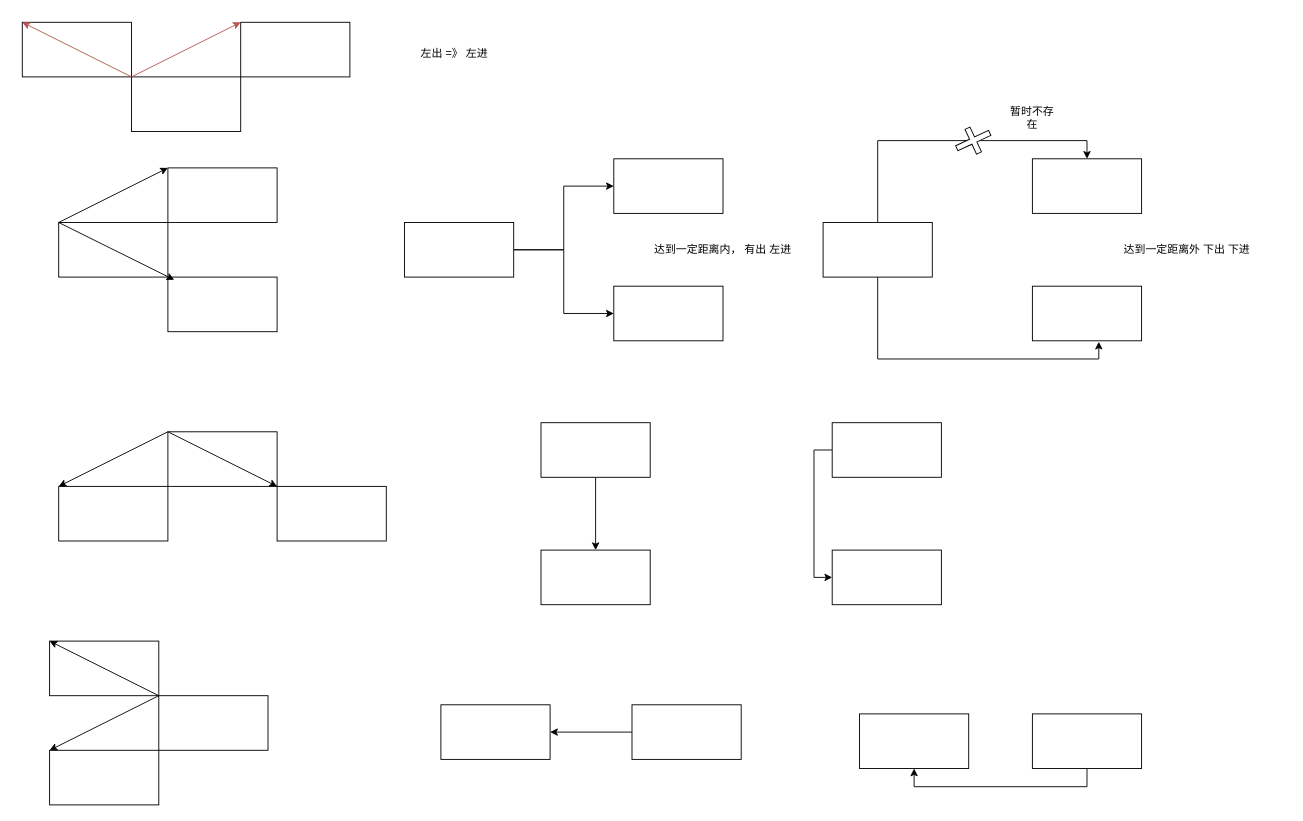
Before: 锚点角度计算.drawio in InternationSi/drawIO, a draw.io diagram. Source tidied: cells renumbered, new cells numbered last; positions are measured from the earlier drawing's top-left corner, leaving out a move shared by most shapes. Both pictures are drawn from the tidied source at 91%, with x=0, y=0 at pixel (22, 22).
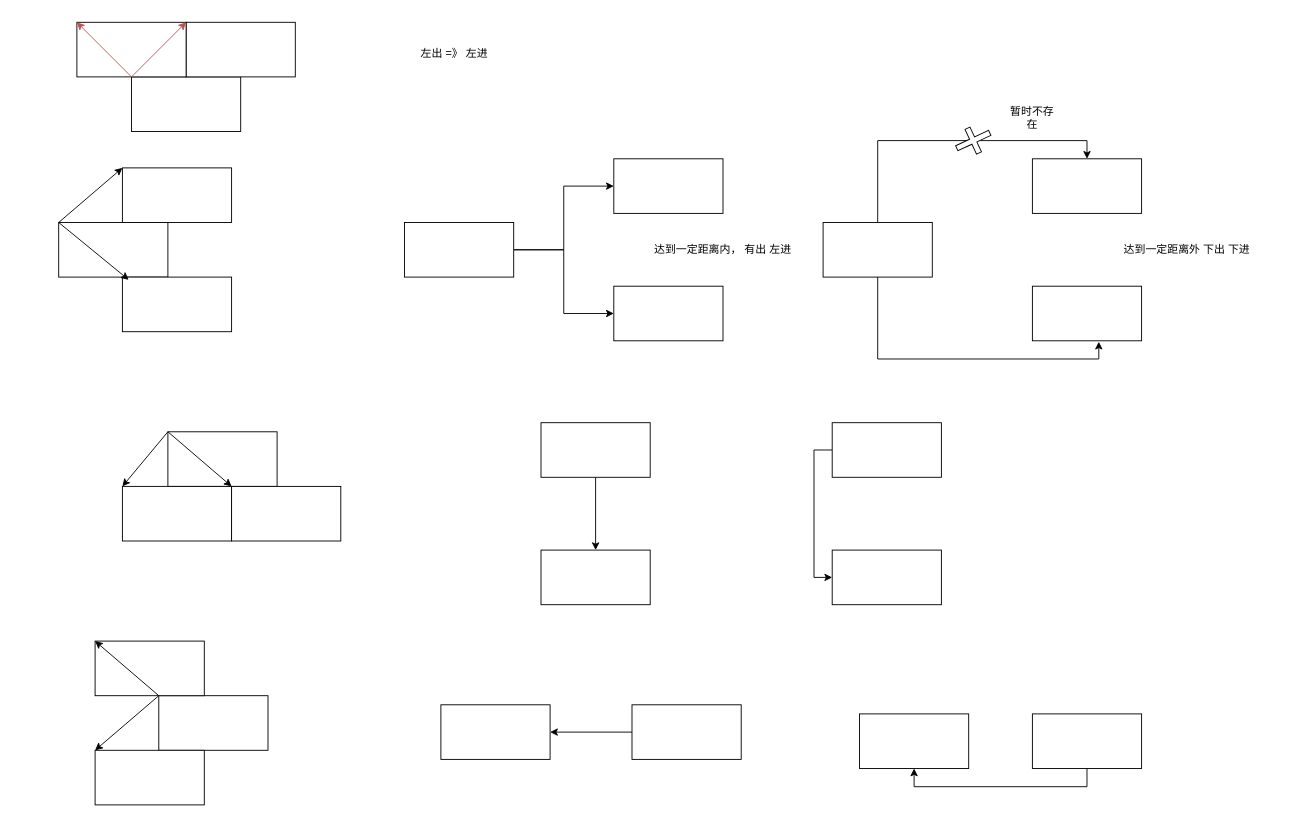
The same diagram, later.

Commit message:
更新锚点角度计算.drawio

The change refers to these unchanged cells:
```xml
<mxCell id="2" style="rounded=0;whiteSpace=wrap;html=1;" parent="1" vertex="1">
  <mxGeometry x="120" y="60" width="120" height="60" as="geometry" />
</mxCell>
<mxCell id="27" style="rounded=0;whiteSpace=wrap;html=1;" parent="1" vertex="1">
  <mxGeometry x="160" y="450" width="120" height="60" as="geometry" />
</mxCell>
```

The edit, as a diff of the source:
```diff
@@
     <mxCell id="3" style="rounded=0;whiteSpace=wrap;html=1;" parent="1" vertex="1">
-      <mxGeometry x="240" width="120" height="60" as="geometry" />
+      <mxGeometry x="180" width="120" height="60" as="geometry" />
     </mxCell>
-    <mxCell id="4" style="endArrow=classic;html=1;rounded=0;entryX=0;entryY=1;entryDx=0;entryDy=0;fillColor=#f8cecc;strokeColor=#b85450;" parent="1" edge="1">
-      <mxGeometry relative="1" as="geometry">
-        <mxPoint x="120" y="60" as="sourcePoint" />
-        <mxPoint x="240" as="targetPoint" />
-      </mxGeometry>
-    </mxCell>
     <mxCell id="5" style="rounded=0;whiteSpace=wrap;html=1;" parent="1" vertex="1">
-      <mxGeometry width="120" height="60" as="geometry" />
+      <mxGeometry x="60" width="120" height="60" as="geometry" />
     </mxCell>
-    <mxCell id="6" style="endArrow=classic;html=1;rounded=0;entryX=0;entryY=0;entryDx=0;entryDy=0;exitX=1;exitY=1;exitDx=0;exitDy=0;fillColor=#f8cecc;strokeColor=#b85450;" parent="1" edge="1" source="5" target="5">
+    <mxCell id="6" style="endArrow=classic;html=1;rounded=0;entryX=0;entryY=0;entryDx=0;entryDy=0;exitX=0.5;exitY=1;exitDx=0;exitDy=0;fillColor=#f8cecc;strokeColor=#b85450;" parent="1" edge="1" source="5" target="5">
       <mxGeometry relative="1" as="geometry" />
     </mxCell>
@@
     <mxCell id="8" style="rounded=0;whiteSpace=wrap;html=1;" parent="1" vertex="1">
-      <mxGeometry x="160" y="160" width="120" height="60" as="geometry" />
+      <mxGeometry x="110" y="160" width="120" height="60" as="geometry" />
     </mxCell>
     <mxCell id="9" style="rounded=0;whiteSpace=wrap;html=1;" parent="1" vertex="1">
-      <mxGeometry x="160" y="280" width="120" height="60" as="geometry" />
+      <mxGeometry x="110" y="280" width="120" height="60" as="geometry" />
     </mxCell>
@@
     <mxCell id="28" style="rounded=0;whiteSpace=wrap;html=1;" parent="1" vertex="1">
-      <mxGeometry x="40" y="510" width="120" height="60" as="geometry" />
+      <mxGeometry x="110" y="510" width="120" height="60" as="geometry" />
     </mxCell>
     <mxCell id="29" style="rounded=0;whiteSpace=wrap;html=1;" parent="1" vertex="1">
-      <mxGeometry x="280" y="510" width="120" height="60" as="geometry" />
+      <mxGeometry x="230" y="510" width="120" height="60" as="geometry" />
     </mxCell>
-    <mxCell id="30" style="endArrow=classic;html=1;rounded=0;entryX=1;entryY=1;entryDx=0;entryDy=0;" parent="1" edge="1" target="27">
+    <mxCell id="30" style="endArrow=classic;html=1;rounded=0;entryX=0;entryY=0;entryDx=0;entryDy=0;" parent="1" edge="1" target="29">
       <mxGeometry relative="1" as="geometry">
         <mxPoint x="160" y="450" as="sourcePoint" />
       </mxGeometry>
     </mxCell>
@@
     <mxCell id="39" style="rounded=0;whiteSpace=wrap;html=1;" parent="1" vertex="1">
-      <mxGeometry x="30" y="680" width="120" height="60" as="geometry" />
+      <mxGeometry x="80" y="680" width="120" height="60" as="geometry" />
     </mxCell>
     <mxCell id="40" style="rounded=0;whiteSpace=wrap;html=1;" parent="1" vertex="1">
-      <mxGeometry x="30" y="800" width="120" height="60" as="geometry" />
+      <mxGeometry x="80" y="800" width="120" height="60" as="geometry" />
     </mxCell>
@@
+    <mxCell id="4" style="endArrow=classic;html=1;rounded=0;fillColor=#f8cecc;strokeColor=#b85450;exitX=0;exitY=0;exitDx=0;exitDy=0;entryX=0;entryY=0;entryDx=0;entryDy=0;" parent="1" edge="1" source="2" target="3">
+      <mxGeometry relative="1" as="geometry" />
+    </mxCell>
```
